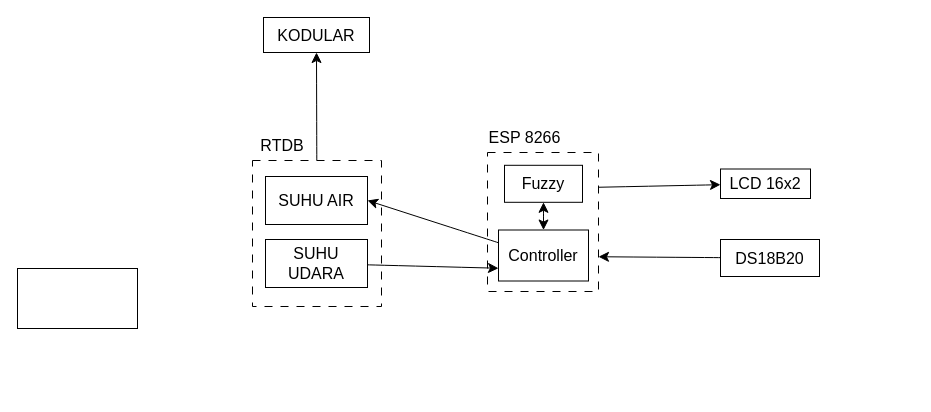
Before: Untitled Diagram.drawio in FarrelCulbert/TubesSemester5, a draw.io diagram. Source tidied: cells renumbered, new cells numbered last; positions are measured from the earlier drawing's top-left corner, leaving out a move shared by most shapes. Both pictures are drawn from the tidied source at 100%, with x=0, y=0 at pixel (17, 17).
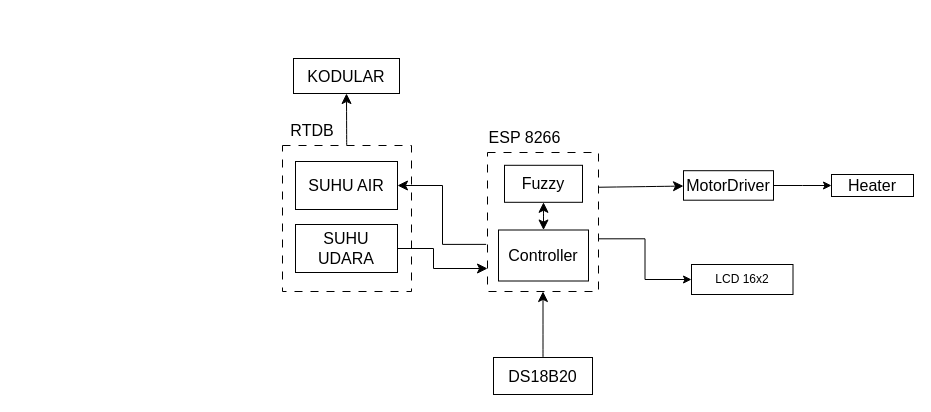
The same diagram, later.

The change refers to these unchanged cells:
```xml
<mxCell id="2" style="rounded=0;whiteSpace=wrap;html=1;fontSize=16;dashed=1;dashPattern=8 8;" parent="1" vertex="1">
  <mxGeometry x="470" y="135" width="111" height="139" as="geometry" />
</mxCell>
<mxCell id="10" value="Controller" style="rounded=0;whiteSpace=wrap;html=1;fontSize=16;" parent="1" vertex="1">
  <mxGeometry x="481" y="212.5" width="90" height="51" as="geometry" />
</mxCell>
```

Diff of the diagram source:
```diff
@@
+    <mxCell id="20" style="rounded=0;jettySize=auto;html=1;exitX=1.004;exitY=0.621;exitDx=0;exitDy=0;entryX=0;entryY=0.5;entryDx=0;entryDy=0;exitPerimeter=0;edgeStyle=orthogonalEdgeStyle;" parent="1" edge="1" source="2" target="23">
+      <mxGeometry relative="1" as="geometry" />
+    </mxCell>
@@
     <mxCell id="4" style="rounded=0;whiteSpace=wrap;html=1;fontSize=16;dashed=1;dashPattern=8 8;" parent="1" vertex="1">
-      <mxGeometry x="235" y="143" width="129" height="146" as="geometry" />
+      <mxGeometry x="265" y="128" width="129" height="146" as="geometry" />
     </mxCell>
     <mxCell id="5" value="SUHU AIR" style="rounded=0;whiteSpace=wrap;html=1;fontSize=16;" parent="1" vertex="1">
-      <mxGeometry x="248" y="159" width="102" height="48" as="geometry" />
+      <mxGeometry x="278" y="144" width="102" height="48" as="geometry" />
     </mxCell>
-    <mxCell id="6" style="edgeStyle=none;curved=1;rounded=0;jettySize=auto;html=1;entryX=0;entryY=0.75;entryDx=0;entryDy=0;fontSize=12;startSize=8;endSize=8;" parent="1" edge="1" source="7" target="10">
-      <mxGeometry relative="1" as="geometry" />
+    <mxCell id="6" style="edgeStyle=orthogonalEdgeStyle;rounded=0;jettySize=auto;html=1;fontSize=12;startSize=8;endSize=8;" parent="1" edge="1" source="7">
+      <mxGeometry relative="1" as="geometry">
+        <mxPoint x="470" y="251" as="targetPoint" />
+        <Array as="points">
+          <mxPoint x="416" y="231" />
+          <mxPoint x="416" y="251" />
+        </Array>
+      </mxGeometry>
     </mxCell>
     <mxCell id="7" value="SUHU UDARA" style="rounded=0;whiteSpace=wrap;html=1;fontSize=16;" parent="1" vertex="1">
-      <mxGeometry x="248" y="222" width="102" height="48" as="geometry" />
+      <mxGeometry x="278" y="207" width="102" height="48" as="geometry" />
     </mxCell>
     <mxCell id="8" value="RTDB" style="text;strokeColor=none;fillColor=none;html=1;align=center;verticalAlign=middle;whiteSpace=wrap;rounded=0;fontSize=16;" parent="1" vertex="1">
-      <mxGeometry x="235" y="113" width="60" height="30" as="geometry" />
+      <mxGeometry x="265" y="98" width="60" height="30" as="geometry" />
     </mxCell>
-    <mxCell id="9" style="edgeStyle=none;curved=1;rounded=0;jettySize=auto;html=1;entryX=1;entryY=0.5;entryDx=0;entryDy=0;fontSize=12;startSize=8;endSize=8;exitX=0;exitY=0.25;exitDx=0;exitDy=0;" parent="1" edge="1" source="10" target="5">
+    <mxCell id="9" style="edgeStyle=orthogonalEdgeStyle;rounded=0;jettySize=auto;html=1;entryX=1;entryY=0.5;entryDx=0;entryDy=0;fontSize=12;startSize=8;endSize=8;exitX=-0.012;exitY=0.661;exitDx=0;exitDy=0;exitPerimeter=0;" parent="1" edge="1" source="2" target="5">
       <mxGeometry relative="1" as="geometry" />
     </mxCell>
@@
-    <mxCell id="11" style="edgeStyle=none;curved=1;rounded=0;jettySize=auto;html=1;entryX=1;entryY=0.75;entryDx=0;entryDy=0;fontSize=12;startSize=8;endSize=8;startArrow=none;startFill=0;" parent="1" edge="1" source="12" target="2">
+    <mxCell id="11" style="edgeStyle=none;curved=1;rounded=0;jettySize=auto;html=1;entryX=0.5;entryY=1;entryDx=0;entryDy=0;fontSize=12;startSize=8;endSize=8;startArrow=none;startFill=0;" parent="1" edge="1" source="12" target="2">
       <mxGeometry relative="1" as="geometry" />
     </mxCell>
     <mxCell id="12" value="DS18B20" style="rounded=0;whiteSpace=wrap;html=1;fontSize=16;" parent="1" vertex="1">
-      <mxGeometry x="703" y="222" width="99" height="37" as="geometry" />
+      <mxGeometry x="476" y="340" width="99" height="37" as="geometry" />
     </mxCell>
@@
+    <mxCell id="21" style="edgeStyle=orthogonalEdgeStyle;rounded=0;jettySize=auto;html=1;" parent="1" edge="1" source="14" target="22">
+      <mxGeometry relative="1" as="geometry" />
+    </mxCell>
-    <mxCell id="14" value="LCD 16x2" style="rounded=0;whiteSpace=wrap;html=1;fontSize=16;" parent="1" vertex="1">
-      <mxGeometry x="703" y="151.5" width="90" height="29.5" as="geometry" />
+    <mxCell id="14" value="MotorDriver" style="rounded=0;whiteSpace=wrap;html=1;fontSize=16;" parent="1" vertex="1">
+      <mxGeometry x="666" y="153.2" width="90" height="29.5" as="geometry" />
     </mxCell>
     <mxCell id="15" value="KODULAR" style="rounded=0;whiteSpace=wrap;html=1;fontSize=16;" parent="1" vertex="1">
-      <mxGeometry x="246" width="106" height="35" as="geometry" />
+      <mxGeometry x="276" y="41" width="106" height="35" as="geometry" />
     </mxCell>
-    <mxCell id="16" style="rounded=0;whiteSpace=wrap;html=1;fontSize=16;" parent="1" vertex="1">
-      <mxGeometry y="251" width="120" height="60" as="geometry" />
-    </mxCell>
@@
+    <mxCell id="22" value="Heater" style="whiteSpace=wrap;html=1;fontSize=16;rounded=0;" parent="1" vertex="1">
+      <mxGeometry x="814" y="157" width="82" height="22" as="geometry" />
+    </mxCell>
+    <mxCell id="23" value="LCD 16x2" style="rounded=0;whiteSpace=wrap;html=1;" parent="1" vertex="1">
+      <mxGeometry x="674" y="247" width="101.5" height="30" as="geometry" />
+    </mxCell>
```
